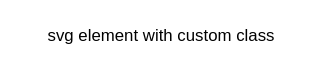
Above: tests/proj_rest/source/svg_inline/custom.drawio.svg in satamame/sphinx-inline-svg (draw.io), before the change. Source tidied: cells renumbered, new cells last; positions are measured from the earlier drawing's top-left corner, leaving out a move shared by most shapes.
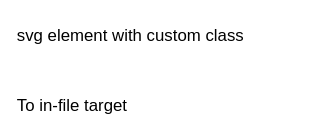
The same file after the commit.

The edit, as a diff of the source:
```diff
@@ -2,8 +2,11 @@
   <root>
     <mxCell id="0" />
     <mxCell id="1" parent="0" />
-    <mxCell id="2" value="svg element with custom class" style="text;html=1;align=center;verticalAlign=middle;whiteSpace=wrap;rounded=0;" parent="1" vertex="1">
+    <mxCell id="2" value="svg element with custom class" style="text;html=1;align=left;verticalAlign=middle;whiteSpace=wrap;rounded=0;" parent="1" vertex="1">
       <mxGeometry width="210" height="30" as="geometry" />
     </mxCell>
+    <mxCell id="3" value="&lt;a href=&quot;#target-2&quot;&gt;To in-file target&lt;/a&gt;" style="text;html=1;align=left;verticalAlign=middle;whiteSpace=wrap;rounded=0;" parent="1" vertex="1">
+      <mxGeometry y="50" width="210" height="30" as="geometry" />
+    </mxCell>
   </root>
 </mxGraphModel>
```
